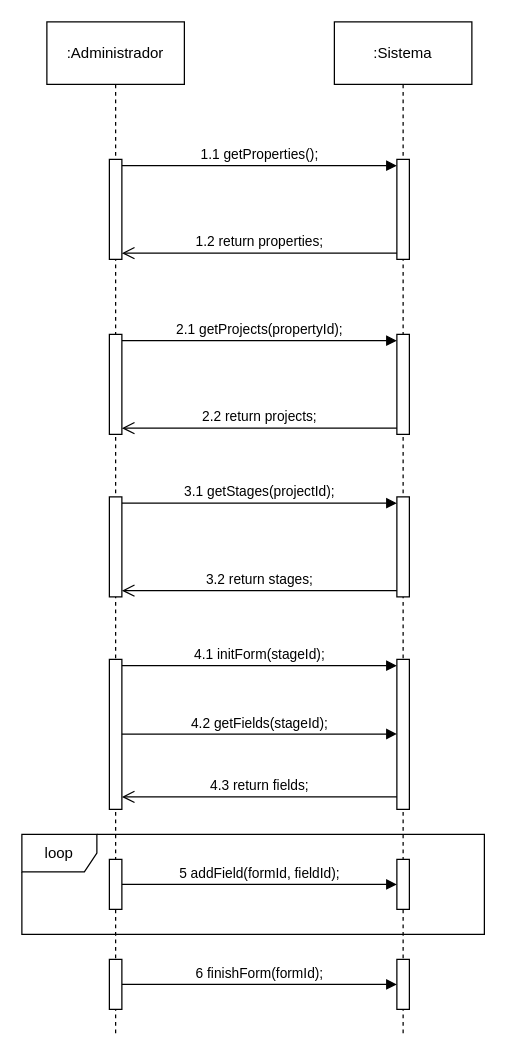
This is Trabalho final/5 - DSS/2 - Montar formulário.drawio from ViniciusKurek/CalculadoraAPS, a draw.io file, before an edit. Source tidied: cells renumbered, new cells numbered last; positions are measured from the earlier drawing's top-left corner, leaving out a move shared by most shapes. Both pictures are drawn from the tidied source at 125%, with x=0, y=0 at pixel (21, 21).
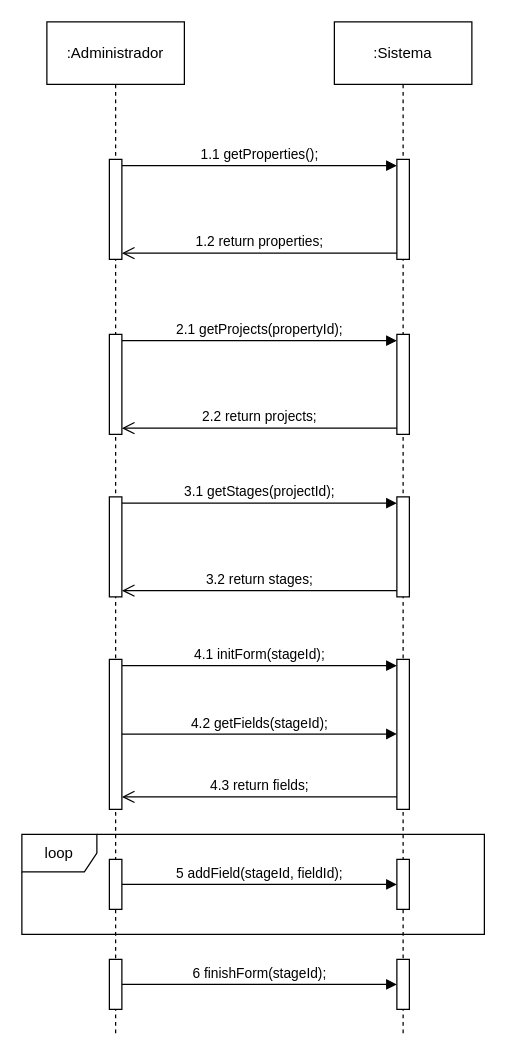
After the change.

What changed in the source:
```diff
@@
-    <mxCell id="24" value="5 addField(formId, fieldId);" style="html=1;verticalAlign=bottom;endArrow=block;curved=0;rounded=0;entryX=0;entryY=0;entryDx=0;entryDy=5;exitX=1;exitY=0;exitDx=0;exitDy=5;exitPerimeter=0;" parent="1" edge="1">
+    <mxCell id="24" value="5 addField(stageId, fieldId);" style="html=1;verticalAlign=bottom;endArrow=block;curved=0;rounded=0;entryX=0;entryY=0;entryDx=0;entryDy=5;exitX=1;exitY=0;exitDx=0;exitDy=5;exitPerimeter=0;" parent="1" edge="1">
       <mxGeometry relative="1" as="geometry">
         <mxPoint x="80" y="690" as="sourcePoint" />
         <mxPoint x="300" y="690" as="targetPoint" />
       </mxGeometry>
     </mxCell>
@@
-    <mxCell id="27" value="6 finishForm(formId);" style="html=1;verticalAlign=bottom;endArrow=block;curved=0;rounded=0;entryX=0;entryY=0;entryDx=0;entryDy=5;exitX=1;exitY=0;exitDx=0;exitDy=5;exitPerimeter=0;" parent="1" edge="1">
+    <mxCell id="27" value="6 finishForm(stageId);" style="html=1;verticalAlign=bottom;endArrow=block;curved=0;rounded=0;entryX=0;entryY=0;entryDx=0;entryDy=5;exitX=1;exitY=0;exitDx=0;exitDy=5;exitPerimeter=0;" parent="1" edge="1">
       <mxGeometry relative="1" as="geometry">
         <mxPoint x="80" y="770" as="sourcePoint" />
         <mxPoint x="300" y="770" as="targetPoint" />
       </mxGeometry>
     </mxCell>
```
